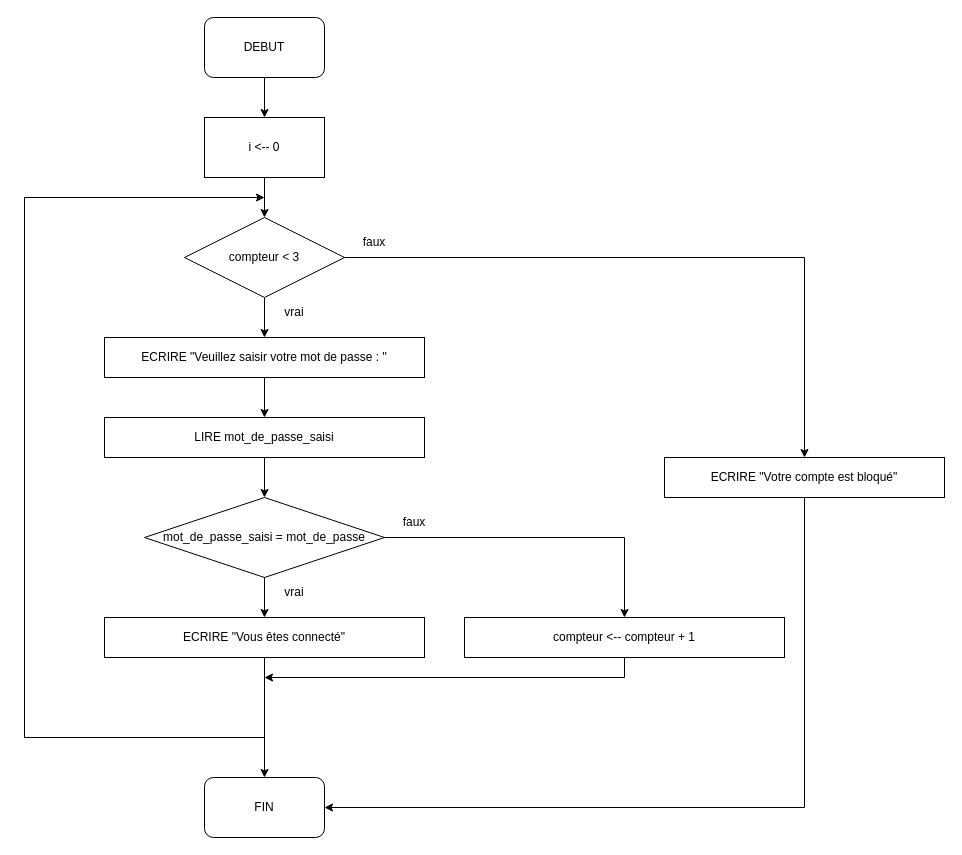
Above: ALGORITHME/3.2 Controler la saisie avec limite.drawio in D-CRAVO/FORMATION-DWWM-2022 (draw.io), before the change. Source tidied: cells renumbered, new cells numbered last; positions are measured from the earlier drawing's top-left corner, leaving out a move shared by most shapes. Both pictures are drawn from the tidied source at 100%, with x=0, y=0 at pixel (24, 17).
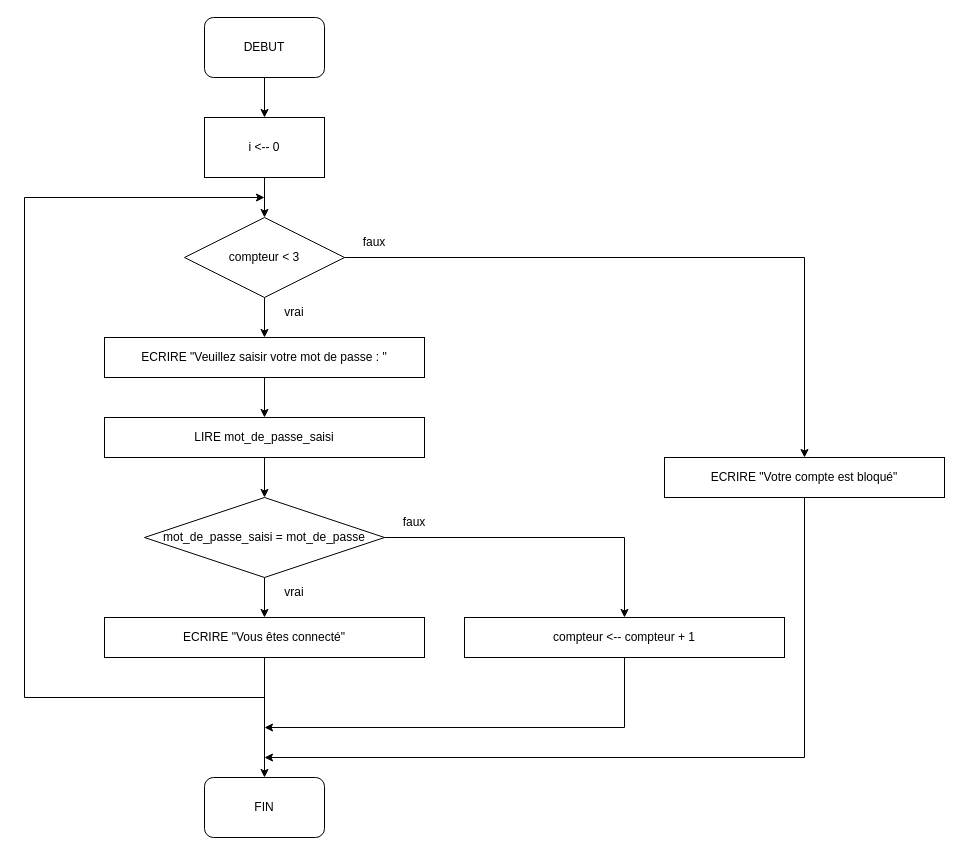
After the change.

The change refers to these unchanged cells:
```xml
<mxCell id="26" style="rounded=0;whiteSpace=wrap;html=1;fillColor=none;" parent="1" vertex="1">
  <mxGeometry x="440" y="600" width="320" height="40" as="geometry" />
</mxCell>
<mxCell id="29" style="rounded=0;whiteSpace=wrap;html=1;fillColor=none;" parent="1" vertex="1">
  <mxGeometry x="640" y="440" width="280" height="40" as="geometry" />
</mxCell>
<mxCell id="31" style="rounded=1;whiteSpace=wrap;html=1;fillColor=none;" parent="1" vertex="1">
  <mxGeometry x="180" y="760" width="120" height="60" as="geometry" />
</mxCell>
```

The edit, as a diff of the source:
```diff
@@
     <mxCell id="25" style="edgeStyle=orthogonalEdgeStyle;rounded=0;jettySize=auto;html=1;" parent="1" edge="1" source="26">
       <mxGeometry relative="1" as="geometry">
-        <mxPoint x="240" y="660" as="targetPoint" />
+        <mxPoint x="240" y="710" as="targetPoint" />
         <Array as="points">
-          <mxPoint x="600" y="660" />
+          <mxPoint x="600" y="710" />
+          <mxPoint x="240" y="710" />
         </Array>
       </mxGeometry>
     </mxCell>
@@
-    <mxCell id="28" style="edgeStyle=orthogonalEdgeStyle;rounded=0;jettySize=auto;html=1;entryX=1;entryY=0.5;entryDx=0;entryDy=0;" parent="1" edge="1" source="29" target="31">
+    <mxCell id="28" style="edgeStyle=orthogonalEdgeStyle;rounded=0;jettySize=auto;html=1;" parent="1" edge="1" source="29">
       <mxGeometry relative="1" as="geometry">
+        <mxPoint x="240" y="740" as="targetPoint" />
         <Array as="points">
-          <mxPoint x="780" y="790" />
+          <mxPoint x="780" y="740" />
+          <mxPoint x="240" y="740" />
         </Array>
       </mxGeometry>
     </mxCell>
@@
     <mxCell id="37" style="endArrow=classic;html=1;rounded=0;" parent="1" edge="1">
       <mxGeometry relative="1" as="geometry">
-        <mxPoint x="240" y="720" as="sourcePoint" />
+        <mxPoint x="240" y="680" as="sourcePoint" />
         <mxPoint x="240" y="180" as="targetPoint" />
         <Array as="points">
-          <mxPoint y="720" />
+          <mxPoint y="680" />
           <mxPoint y="180" />
         </Array>
       </mxGeometry>
     </mxCell>
```
